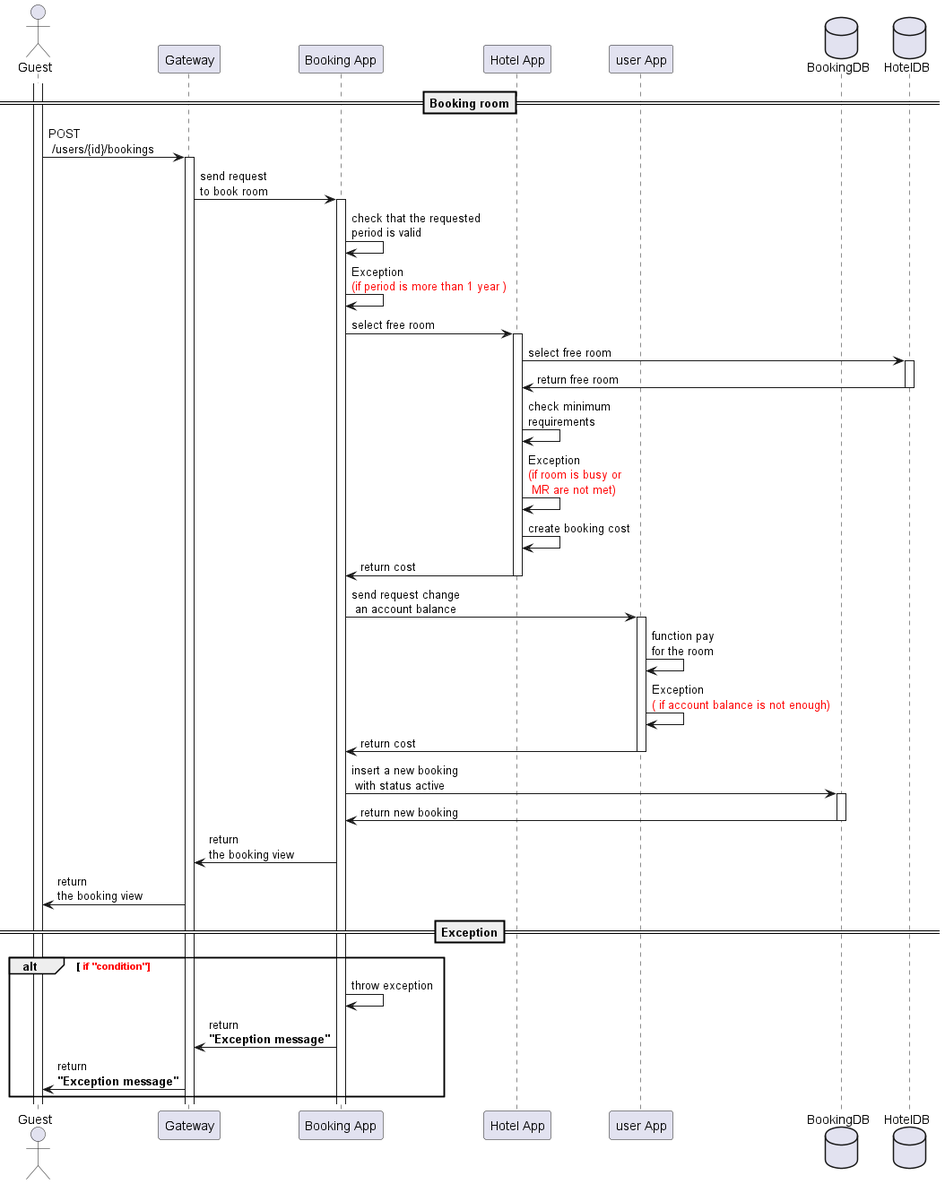
The PlantUML diagram image/booking.png in OlgaDobrodey/sequence-diagram, before a commit. Its diagram source:
```plantuml
@startuml

actor "Guest" as user
participant "Gateway" as gw
participant "Booking App" as bs
participant "Hotel App" as hs
participant "user App" as us

database "BookingDB" as db
database "HotelDB" as hb

==Booking room==
    activate user
user -> gw :POST\n /users/{id}/bookings
    activate gw
gw -> bs: send request\nto book room
    activate bs
bs -> bs: check that the requested\nperiod is valid

bs -> bs: Exception\n<font color=red>(if period is more than 1 year )
bs-> hs: select free room
    activate hs
hs -> hb: select free room
     activate hb
hb -> hs: return free room
    deactivate hb
hs -> hs: check minimum\nrequirements
hs -> hs: Exception\n<font color=red>(if room is busy or\n <font color=red>MR are not met)
hs -> hs: create booking cost
hs -> bs: return cost
    deactivate hs

bs -> us: send request change\n an account balance
    activate us
us -> us: function pay\nfor the room
us -> us: Exception\n<font color=red>( if account balance is not enough)
us -> bs: return cost
     deactivate us
bs -> db: insert a new booking\n with status active
    activate db
db -> bs: return new booking
    deactivate db
bs -> gw: return\nthe booking view
gw -> user: return\nthe booking view

==Exception==

alt <font color=red> if "condition"
bs -> bs: throw exception
bs-> gw: return\n<b>"Exception message"
gw -> user: return\n<b>"Exception message"
end

@enduml
```
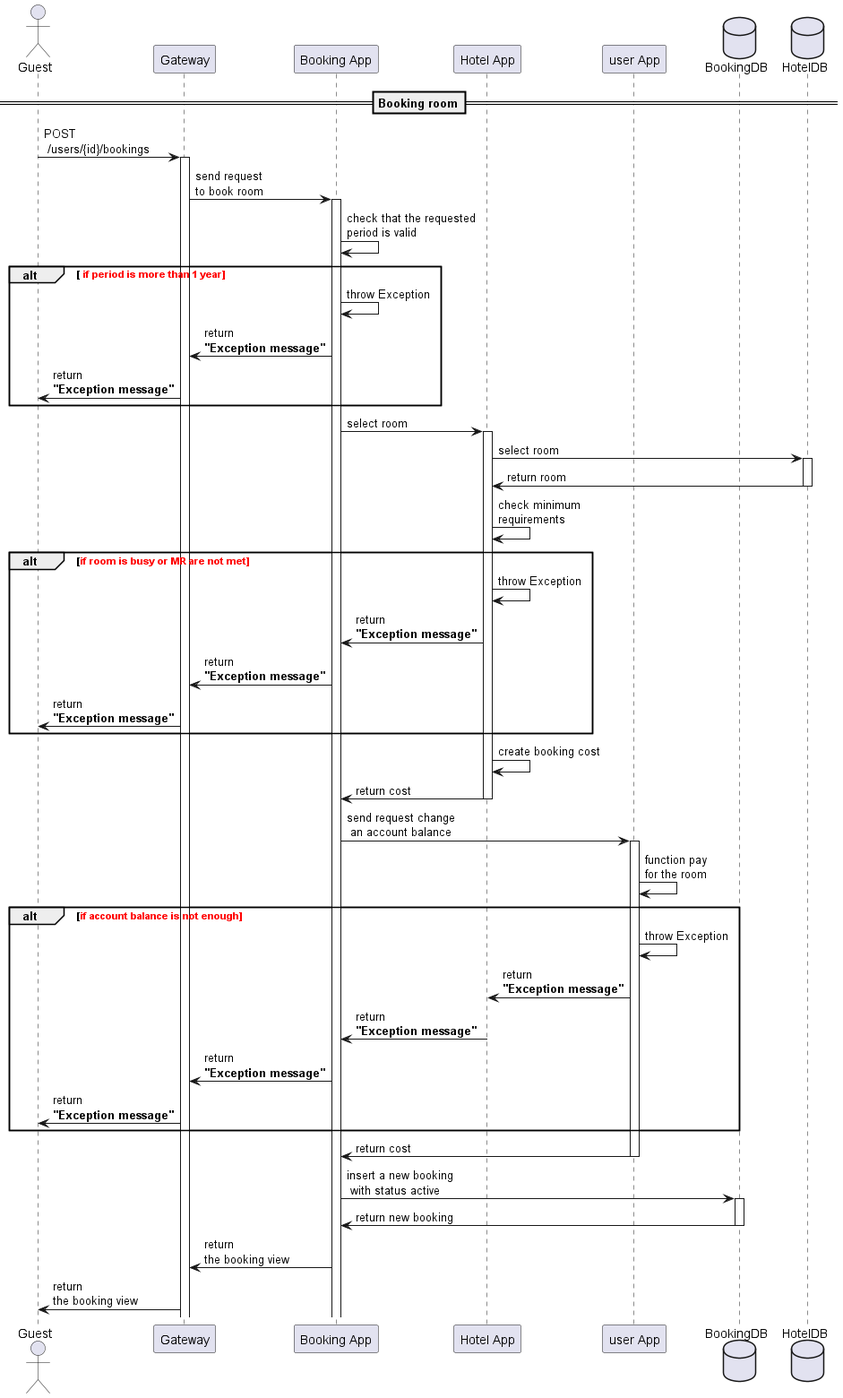
Above is the later version.

Change to the diagram source:
```diff
@@ -10,22 +10,31 @@
 database "HotelDB" as hb
 
 ==Booking room==
-    activate user
+
 user -> gw :POST\n /users/{id}/bookings
     activate gw
 gw -> bs: send request\nto book room
     activate bs
 bs -> bs: check that the requested\nperiod is valid
-
-bs -> bs: Exception\n<font color=red>(if period is more than 1 year )
-bs-> hs: select free room
+alt <font color=red> if period is more than 1 year
+bs -> bs: throw Exception
+bs-> gw: return\n<b>"Exception message"
+gw -> user: return\n<b>"Exception message"
+end
+bs-> hs: select room
     activate hs
-hs -> hb: select free room
+hs -> hb: select room
      activate hb
-hb -> hs: return free room
+hb -> hs: return room
     deactivate hb
 hs -> hs: check minimum\nrequirements
-hs -> hs: Exception\n<font color=red>(if room is busy or\n <font color=red>MR are not met)
+
+alt <font color=red>if room is busy or MR are not met
+hs -> hs: throw Exception
+hs -> bs: return\n<b>"Exception message"
+bs-> gw: return\n<b>"Exception message"
+gw -> user: return\n<b>"Exception message"
+end
 hs -> hs: create booking cost
 hs -> bs: return cost
     deactivate hs
@@ -33,7 +42,14 @@
 bs -> us: send request change\n an account balance
     activate us
 us -> us: function pay\nfor the room
-us -> us: Exception\n<font color=red>( if account balance is not enough)
+
+alt <font color=red>if account balance is not enough
+us -> us: throw Exception
+us -> hs: return\n<b>"Exception message"
+hs -> bs: return\n<b>"Exception message"
+bs-> gw: return\n<b>"Exception message"
+gw -> user: return\n<b>"Exception message"
+end
 us -> bs: return cost
      deactivate us
 bs -> db: insert a new booking\n with status active
@@ -43,12 +59,5 @@
 bs -> gw: return\nthe booking view
 gw -> user: return\nthe booking view
 
-==Exception==
-
-alt <font color=red> if "condition"
-bs -> bs: throw exception
-bs-> gw: return\n<b>"Exception message"
-gw -> user: return\n<b>"Exception message"
-end
 
 @enduml
```
